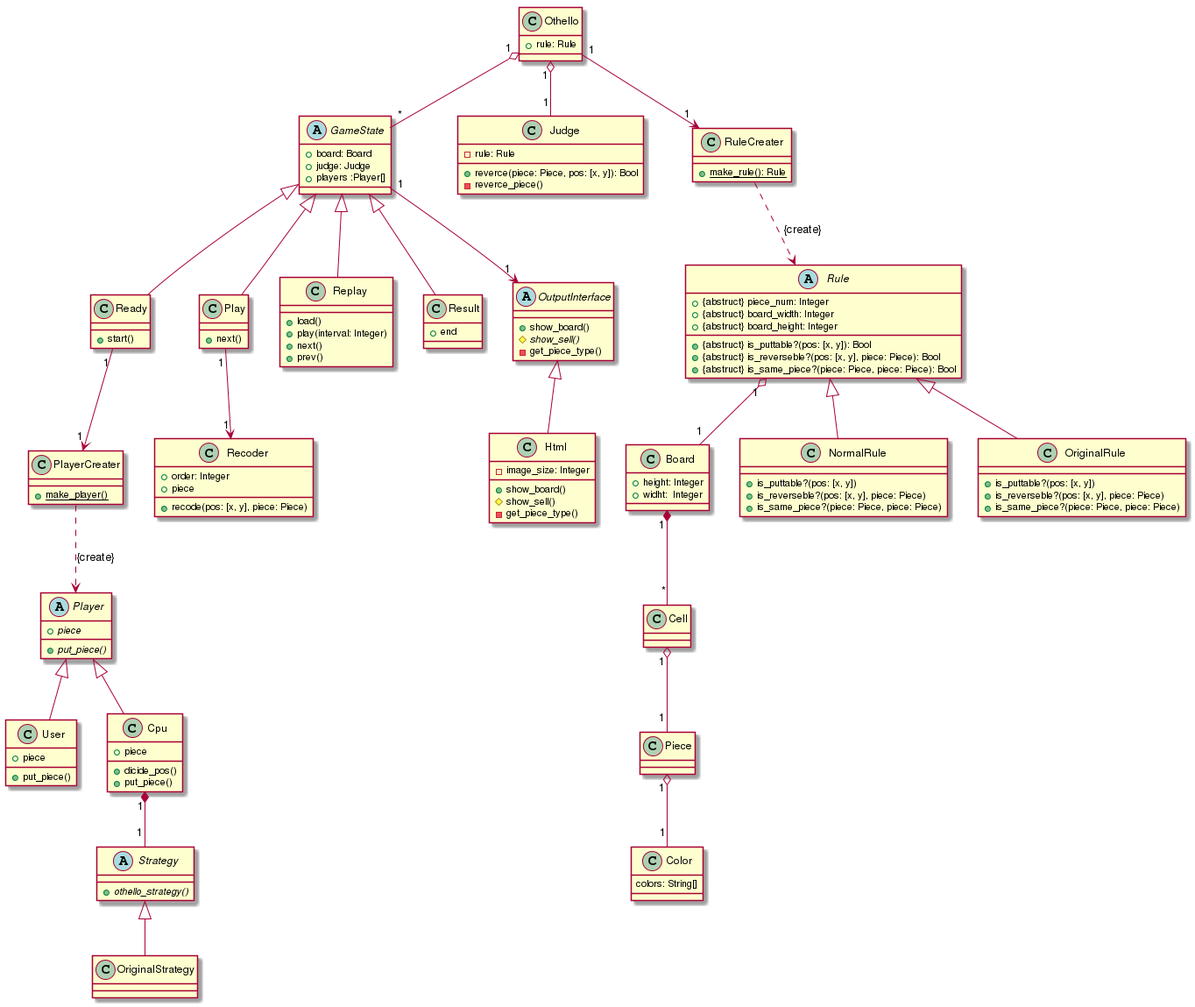
The PlantUML diagram uml/othello.png in MaxMEllon/AppBox, before a commit. Source of this version:
```plantuml
@startuml{othello.png}

class Othello {
  +rule: Rule
}

abstract GameState {
  +board: Board
  +judge: Judge
  +players :Player[]
}

class Board {
  +height: Integer
  +widht:  Integer
}

class Cell {
}

class Piece {
}

class Piece {
}

class Color {
  colors: String[]
}


class Ready {
  +start()
}

class Play {
  +next()
}

class Replay {
  +load()
  +play(interval: Integer)
  +next()
  +prev()
}

class Result {
  +end
}

abstract OutputInterface {
  +show_board()
  #{abstract} show_sell()
  -get_piece_type()
}

class Html {
  -image_size: Integer

  +show_board()
  #show_sell()
  -get_piece_type()
}

abstract Player {
  +{abstract} piece
  +{abstract} put_piece()
}

class User {
  +piece
  +put_piece()
}

class Cpu {
  +piece
  +dicide_pos()
  +put_piece()
}

abstract Strategy {
  +{abstract} othello_strategy()
}
class OriginalStrategy {

}

class PlayerCreater {
  +{static} make_player()
}

class Judge {
  -rule: Rule
  +reverce(piece: Piece, pos: [x, y]): Bool
  -reverce_piece()
}

abstract Rule {
  +{abstruct} piece_num: Integer
  +{abstruct} board_width: Integer
  +{abstruct} board_height: Integer

  +{abstruct} is_puttable?(pos: [x, y]): Bool
  +{abstruct} is_reverseble?(pos: [x, y], piece: Piece): Bool
  +{abstruct} is_same_piece?(piece: Piece, piece: Piece): Bool
}

class NormalRule {
  +is_puttable?(pos: [x, y])
  +is_reverseble?(pos: [x, y], piece: Piece)
  +is_same_piece?(piece: Piece, piece: Piece)
}

class OriginalRule {
  +is_puttable?(pos: [x, y])
  +is_reverseble?(pos: [x, y], piece: Piece)
  +is_same_piece?(piece: Piece, piece: Piece)
}

class Recoder {
  +order: Integer
  +piece
  +recode(pos: [x, y], piece: Piece)
}

class RuleCreater {
  +{static} make_rule(): Rule
}


Othello "1" o-- "*" GameState
Othello "1" o-- "1" Judge
Othello "1" --> "1" RuleCreater

GameState <|-- Ready
GameState <|-- Play
GameState <|-- Replay
GameState <|-- Result
GameState "1" --> "1" OutputInterface
Ready "1" --> "1" PlayerCreater
Play "1" --> "1" Recoder

Board "1" *-- "*" Cell

RuleCreater ..> Rule : {create}
Rule <|-- NormalRule
Rule <|-- OriginalRule
Rule "1" o-- "1" Board

PlayerCreater ..> Player : {create}
Player <|-- User
Player <|-- Cpu

Cpu "1" *-- "1" Strategy
Strategy <|-- OriginalStrategy

Cell  "1" o-- "1" Piece
Piece "1" o-- "1" Color

OutputInterface <|-- Html

@enduml
```
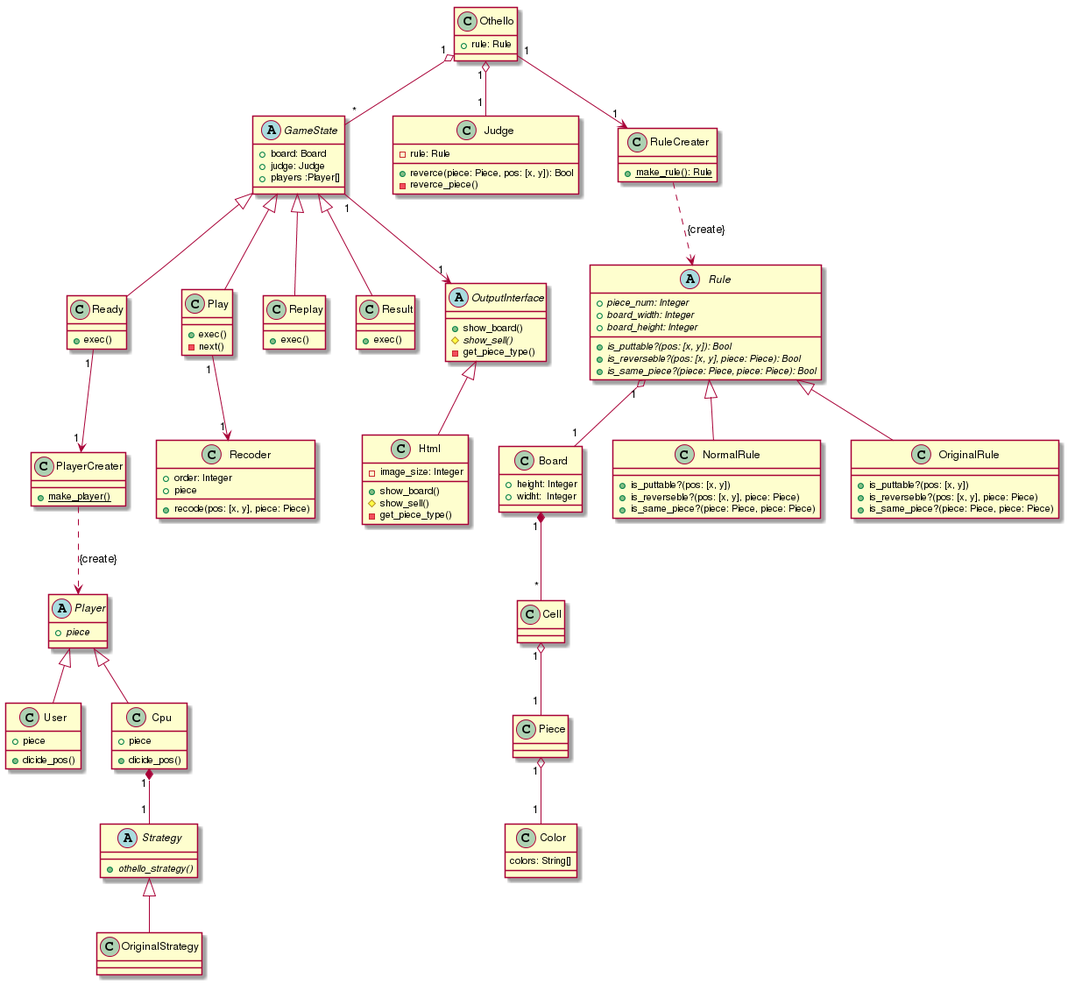
After the change.

Diff of the diagram source:
```diff
@@ -30,22 +30,17 @@
 
 
 class Ready {
-  +start()
+  +exec()
 }
-
 class Play {
-  +next()
+  +exec()
+  -next()
 }
-
 class Replay {
-  +load()
-  +play(interval: Integer)
-  +next()
-  +prev()
+  +exec()
 }
-
 class Result {
-  +end
+  +exec()
 }
 
 abstract OutputInterface {
@@ -64,18 +59,16 @@
 
 abstract Player {
   +{abstract} piece
-  +{abstract} put_piece()
 }
 
 class User {
   +piece
-  +put_piece()
+  +dicide_pos()
 }
 
 class Cpu {
   +piece
   +dicide_pos()
-  +put_piece()
 }
 
 abstract Strategy {
@@ -96,13 +89,13 @@
 }
 
 abstract Rule {
-  +{abstruct} piece_num: Integer
-  +{abstruct} board_width: Integer
-  +{abstruct} board_height: Integer
+  +{abstract} piece_num: Integer
+  +{abstract} board_width: Integer
+  +{abstract} board_height: Integer
 
-  +{abstruct} is_puttable?(pos: [x, y]): Bool
-  +{abstruct} is_reverseble?(pos: [x, y], piece: Piece): Bool
-  +{abstruct} is_same_piece?(piece: Piece, piece: Piece): Bool
+  +{abstract} is_puttable?(pos: [x, y]): Bool
+  +{abstract} is_reverseble?(pos: [x, y], piece: Piece): Bool
+  +{abstract} is_same_piece?(piece: Piece, piece: Piece): Bool
 }
 
 class NormalRule {
```
